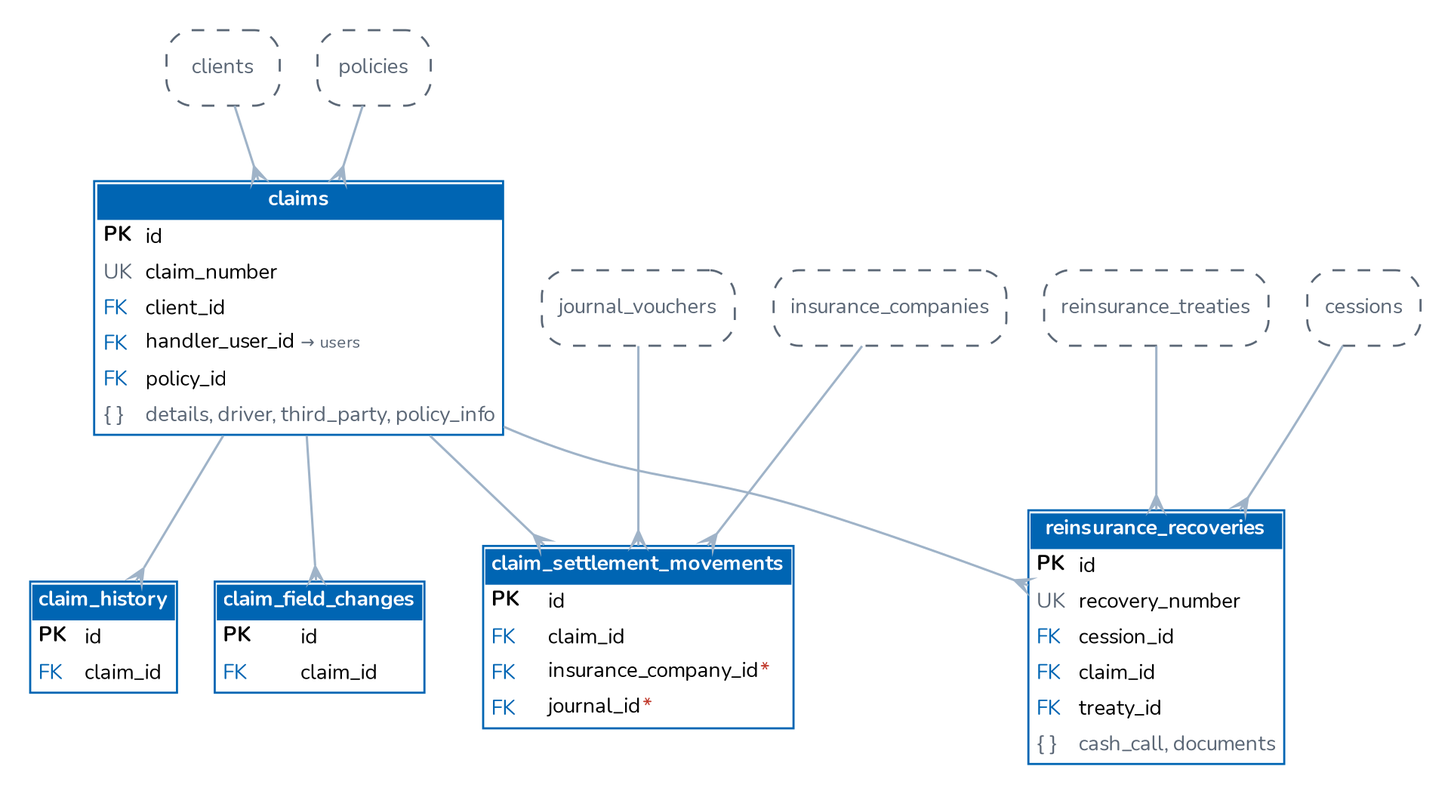
Earlier version of the Graphviz export docs/architecture/diagrams/er_claims.png (IortaTexhNXT-DEV/BDOI-OOTB). Its source is kept beside it as docs/architecture/diagrams/er_claims.dot.
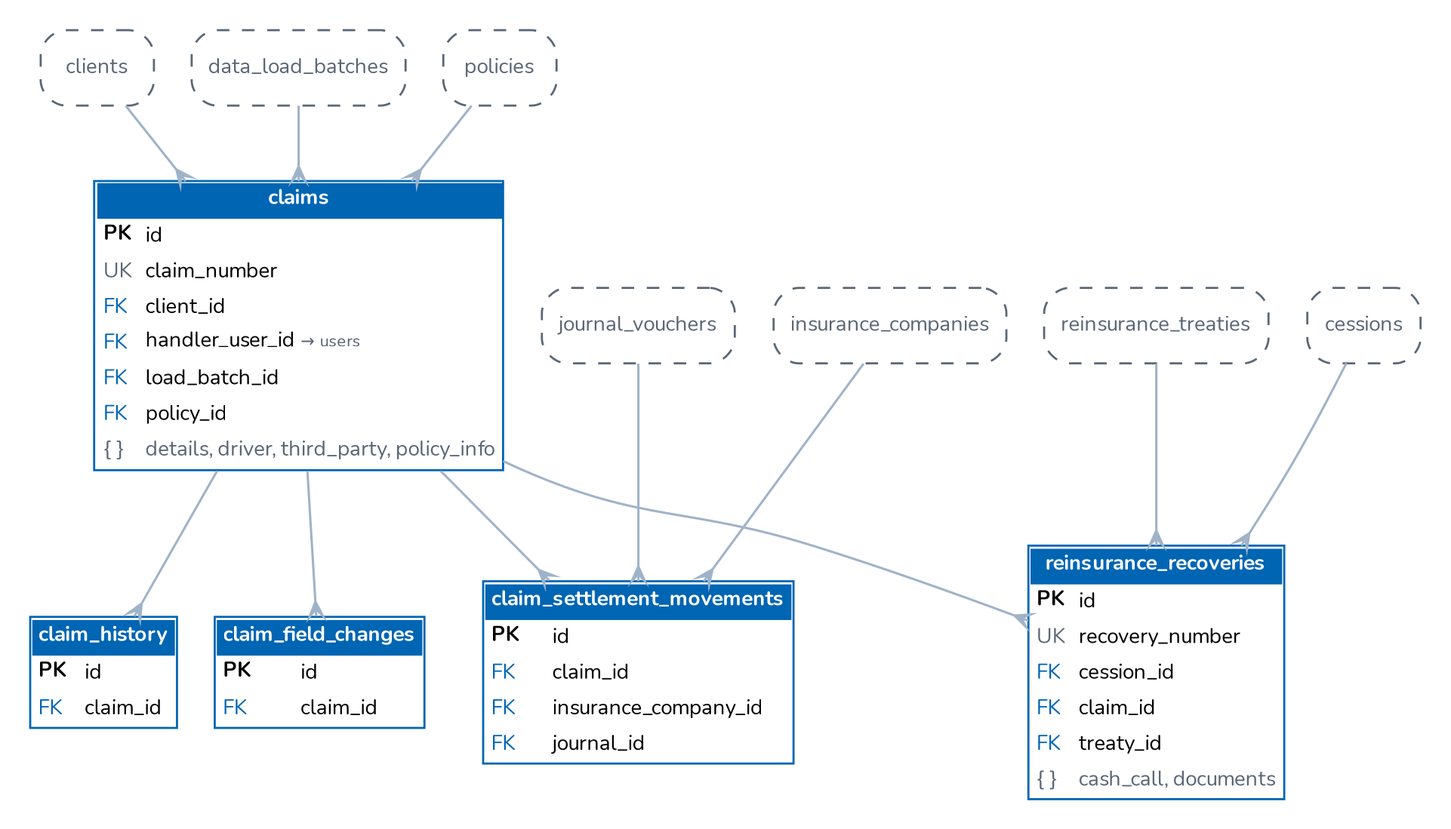
After the change.

Change to the diagram source:
```diff
@@ -2,13 +2,14 @@
   graph [rankdir=TB, splines=true, nodesep=0.25, ranksep=0.5, fontname="Nunito", bgcolor="white", pad=0.2, pack=true, packmode="array_u3"];
   node [shape=plain, fontname="Nunito", fontsize=10];
   edge [color="#9FB3C8", arrowhead=crow, arrowtail=none, dir=both, arrowsize=0.7, penwidth=1.1];
-  "claims" [label=<<table border="1" cellborder="0" cellspacing="0" cellpadding="3" color="#0065B3"><tr><td colspan="2" bgcolor="#0065B3"><font color="white"><b>claims</b></font></td></tr><tr><td align="left" balign="left"><b>PK</b></td><td align="left">id</td></tr><tr><td align="left"><font color="#5B6776">UK</font></td><td align="left">claim_number</td></tr><tr><td align="left"><font color="#0065B3">FK</font></td><td align="left">client_id</td></tr><tr><td align="left"><font color="#0065B3">FK</font></td><td align="left">handler_user_id <font color="#5B6776" point-size="8">&#8594; users</font></td></tr><tr><td align="left"><font color="#0065B3">FK</font></td><td align="left">policy_id</td></tr><tr><td align="left"><font color="#5B6776">{ }</font></td><td align="left"><font color="#5B6776">details, driver, third_party, policy_info</font></td></tr></table>>];
+  "claims" [label=<<table border="1" cellborder="0" cellspacing="0" cellpadding="3" color="#0065B3"><tr><td colspan="2" bgcolor="#0065B3"><font color="white"><b>claims</b></font></td></tr><tr><td align="left" balign="left"><b>PK</b></td><td align="left">id</td></tr><tr><td align="left"><font color="#5B6776">UK</font></td><td align="left">claim_number</td></tr><tr><td align="left"><font color="#0065B3">FK</font></td><td align="left">client_id</td></tr><tr><td align="left"><font color="#0065B3">FK</font></td><td align="left">handler_user_id <font color="#5B6776" point-size="8">&#8594; users</font></td></tr><tr><td align="left"><font color="#0065B3">FK</font></td><td align="left">load_batch_id</td></tr><tr><td align="left"><font color="#0065B3">FK</font></td><td align="left">policy_id</td></tr><tr><td align="left"><font color="#5B6776">{ }</font></td><td align="left"><font color="#5B6776">details, driver, third_party, policy_info</font></td></tr></table>>];
   "claim_history" [label=<<table border="1" cellborder="0" cellspacing="0" cellpadding="3" color="#0065B3"><tr><td colspan="2" bgcolor="#0065B3"><font color="white"><b>claim_history</b></font></td></tr><tr><td align="left" balign="left"><b>PK</b></td><td align="left">id</td></tr><tr><td align="left"><font color="#0065B3">FK</font></td><td align="left">claim_id</td></tr></table>>];
   "claim_field_changes" [label=<<table border="1" cellborder="0" cellspacing="0" cellpadding="3" color="#0065B3"><tr><td colspan="2" bgcolor="#0065B3"><font color="white"><b>claim_field_changes</b></font></td></tr><tr><td align="left" balign="left"><b>PK</b></td><td align="left">id</td></tr><tr><td align="left"><font color="#0065B3">FK</font></td><td align="left">claim_id</td></tr></table>>];
-  "claim_settlement_movements" [label=<<table border="1" cellborder="0" cellspacing="0" cellpadding="3" color="#0065B3"><tr><td colspan="2" bgcolor="#0065B3"><font color="white"><b>claim_settlement_movements</b></font></td></tr><tr><td align="left" balign="left"><b>PK</b></td><td align="left">id</td></tr><tr><td align="left"><font color="#0065B3">FK</font></td><td align="left">claim_id</td></tr><tr><td align="left"><font color="#0065B3">FK</font></td><td align="left">insurance_company_id<font color="#C0392B">*</font></td></tr><tr><td align="left"><font color="#0065B3">FK</font></td><td align="left">journal_id<font color="#C0392B">*</font></td></tr></table>>];
+  "claim_settlement_movements" [label=<<table border="1" cellborder="0" cellspacing="0" cellpadding="3" color="#0065B3"><tr><td colspan="2" bgcolor="#0065B3"><font color="white"><b>claim_settlement_movements</b></font></td></tr><tr><td align="left" balign="left"><b>PK</b></td><td align="left">id</td></tr><tr><td align="left"><font color="#0065B3">FK</font></td><td align="left">claim_id</td></tr><tr><td align="left"><font color="#0065B3">FK</font></td><td align="left">insurance_company_id</td></tr><tr><td align="left"><font color="#0065B3">FK</font></td><td align="left">journal_id</td></tr></table>>];
   "reinsurance_recoveries" [label=<<table border="1" cellborder="0" cellspacing="0" cellpadding="3" color="#0065B3"><tr><td colspan="2" bgcolor="#0065B3"><font color="white"><b>reinsurance_recoveries</b></font></td></tr><tr><td align="left" balign="left"><b>PK</b></td><td align="left">id</td></tr><tr><td align="left"><font color="#5B6776">UK</font></td><td align="left">recovery_number</td></tr><tr><td align="left"><font color="#0065B3">FK</font></td><td align="left">cession_id</td></tr><tr><td align="left"><font color="#0065B3">FK</font></td><td align="left">claim_id</td></tr><tr><td align="left"><font color="#0065B3">FK</font></td><td align="left">treaty_id</td></tr><tr><td align="left"><font color="#5B6776">{ }</font></td><td align="left"><font color="#5B6776">cash_call, documents</font></td></tr></table>>];
   "cessions" [shape=box, style="rounded,dashed", color="#5B6776", fontcolor="#5B6776", label="cessions"];
   "clients" [shape=box, style="rounded,dashed", color="#5B6776", fontcolor="#5B6776", label="clients"];
+  "data_load_batches" [shape=box, style="rounded,dashed", color="#5B6776", fontcolor="#5B6776", label="data_load_batches"];
   "insurance_companies" [shape=box, style="rounded,dashed", color="#5B6776", fontcolor="#5B6776", label="insurance_companies"];
   "journal_vouchers" [shape=box, style="rounded,dashed", color="#5B6776", fontcolor="#5B6776", label="journal_vouchers"];
   "policies" [shape=box, style="rounded,dashed", color="#5B6776", fontcolor="#5B6776", label="policies"];
@@ -19,6 +20,7 @@
   "claims" -> "claim_settlement_movements";
   "claims" -> "reinsurance_recoveries";
   "clients" -> "claims";
+  "data_load_batches" -> "claims";
   "insurance_companies" -> "claim_settlement_movements";
   "journal_vouchers" -> "claim_settlement_movements";
   "policies" -> "claims";
```
